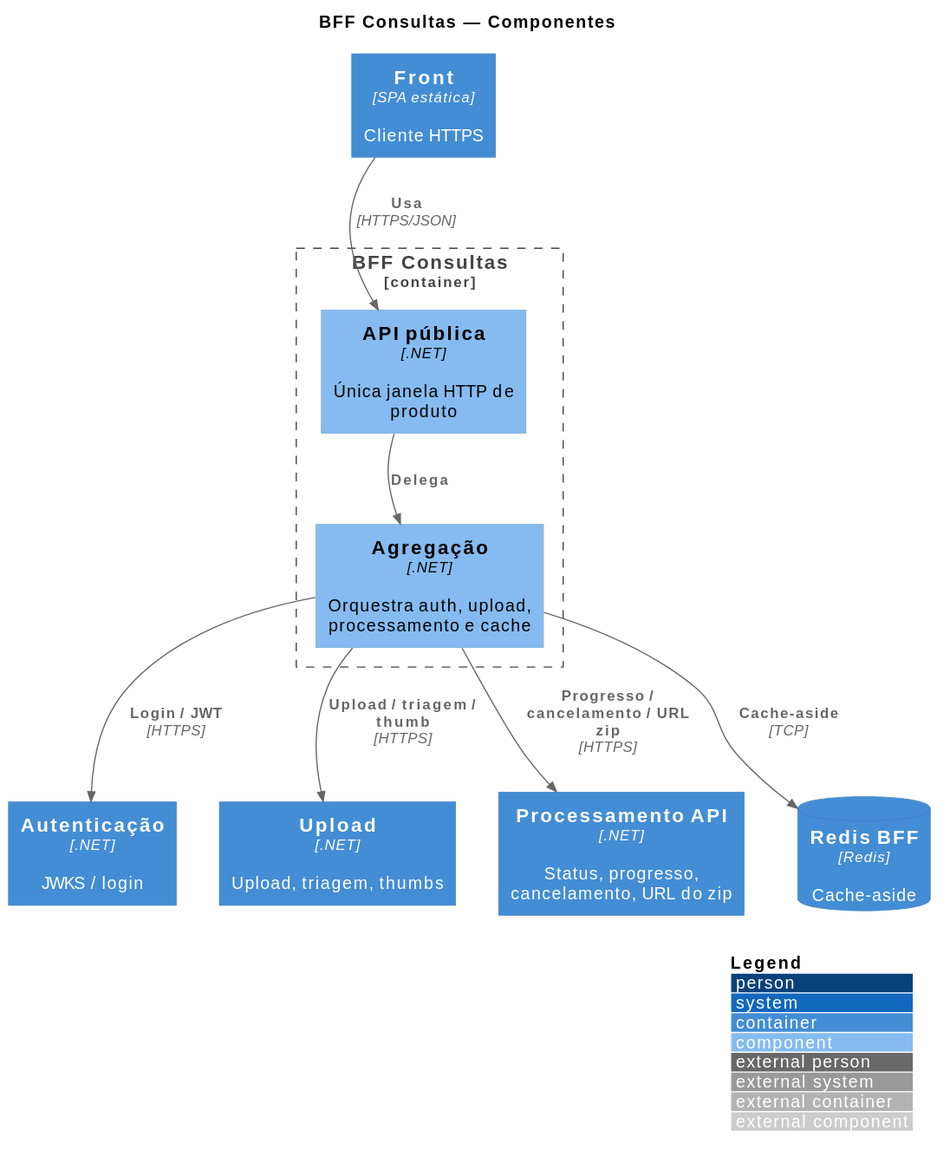
The PlantUML diagram arquitetura/09_componentes-bff.svg in fiap-x-vcosta/docs, before a commit.
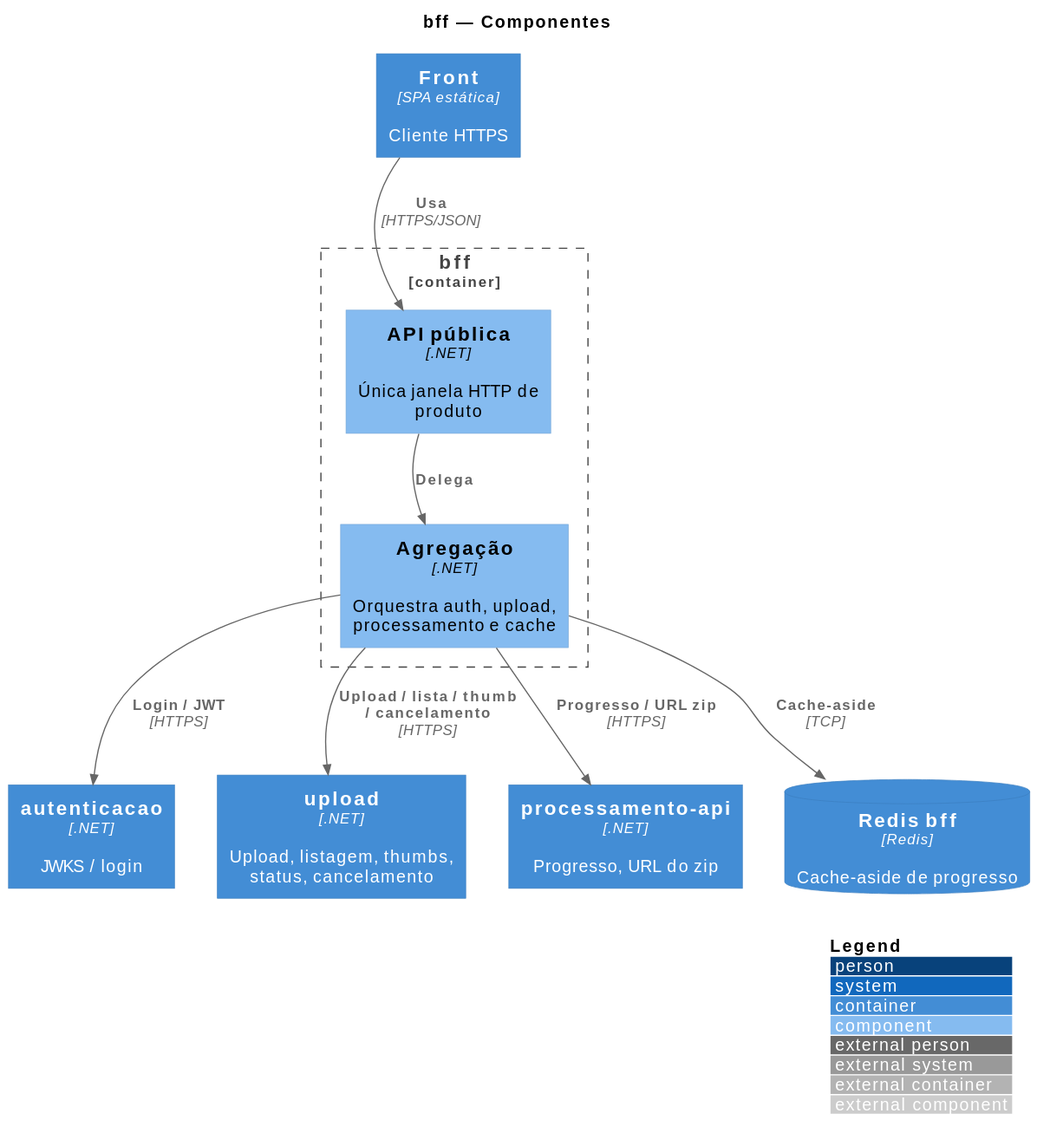
After the change.

Change to the diagram source:
```diff
@@ -4,15 +4,15 @@
 LAYOUT_WITH_LEGEND()
 LAYOUT_TOP_DOWN()
 
-title BFF Consultas — Componentes
+title bff — Componentes
 
 Container(web, "Front", "SPA estática", "Cliente HTTPS")
-Container(auth, "Autenticação", ".NET", "JWKS / login")
-Container(upload, "Upload", ".NET", "Upload, triagem, thumbs")
-Container(procApi, "Processamento API", ".NET", "Status, progresso, cancelamento, URL do zip")
-ContainerDb(redis, "Redis BFF", "Redis", "Cache-aside")
+Container(auth, "autenticacao", ".NET", "JWKS / login")
+Container(upload, "upload", ".NET", "Upload, listagem, thumbs, status, cancelamento")
+Container(procApi, "processamento-api", ".NET", "Progresso, URL do zip")
+ContainerDb(redis, "Redis bff", "Redis", "Cache-aside de progresso")
 
-Container_Boundary(bff, "BFF Consultas") {
+Container_Boundary(bff, "bff") {
   Component(gateway, "API pública", ".NET", "Única janela HTTP de produto")
   Component(agg, "Agregação", ".NET", "Orquestra auth, upload, processamento e cache")
 }
@@ -20,8 +20,8 @@
 Rel(web, gateway, "Usa", "HTTPS/JSON")
 Rel(gateway, agg, "Delega")
 Rel(agg, auth, "Login / JWT", "HTTPS")
-Rel(agg, upload, "Upload / triagem / thumb", "HTTPS")
-Rel(agg, procApi, "Progresso / cancelamento / URL zip", "HTTPS")
+Rel(agg, upload, "Upload / lista / thumb / cancelamento", "HTTPS")
+Rel(agg, procApi, "Progresso / URL zip", "HTTPS")
 Rel(agg, redis, "Cache-aside", "TCP")
 
 Lay_D(web, gateway)
```
